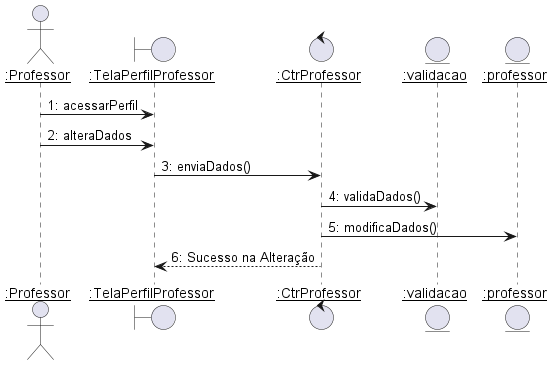
This is diagramas/sequencia/alterar_professor.png from Pedro-V/projetorium, a PlantUML export, as it was before one commit. The source it was exported from:
```plantuml
@startuml alterar_professor
skinparam sequenceParticipant underline

actor ":Professor" as Professor
boundary ":TelaPerfilProfessor" as TelaPerfilProfessor
control ":CtrProfessor" as CtrProfessor
entity ":validacao" as validacao
entity ":professor" as professor



Professor -> TelaPerfilProfessor : 1: acessarPerfil
Professor -> TelaPerfilProfessor : 2: alteraDados
TelaPerfilProfessor -> CtrProfessor : 3: enviaDados()
CtrProfessor -> validacao: 4: validaDados()
CtrProfessor -> professor : 5: modificaDados()
CtrProfessor --> TelaPerfilProfessor --: 6: Sucesso na Alteração


@enduml
```
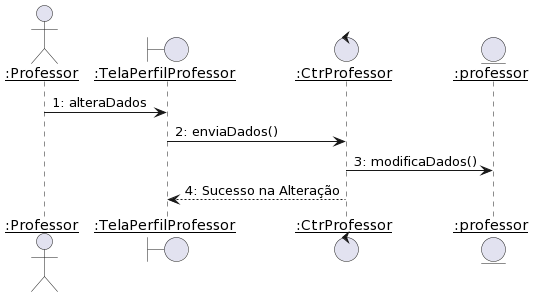
Later version of the same file.

What changed in the source:
```diff
@@ -1,20 +1,14 @@
-@startuml alterar_professor
+@startuml
 skinparam sequenceParticipant underline
 
 actor ":Professor" as Professor
 boundary ":TelaPerfilProfessor" as TelaPerfilProfessor
 control ":CtrProfessor" as CtrProfessor
-entity ":validacao" as validacao
 entity ":professor" as professor
 
 
-
-Professor -> TelaPerfilProfessor : 1: acessarPerfil
-Professor -> TelaPerfilProfessor : 2: alteraDados
-TelaPerfilProfessor -> CtrProfessor : 3: enviaDados()
-CtrProfessor -> validacao: 4: validaDados()
-CtrProfessor -> professor : 5: modificaDados()
-CtrProfessor --> TelaPerfilProfessor --: 6: Sucesso na Alteração
-
-
+Professor -> TelaPerfilProfessor : 1: alteraDados
+TelaPerfilProfessor -> CtrProfessor : 2: enviaDados()
+CtrProfessor -> professor : 3: modificaDados()
+CtrProfessor --> TelaPerfilProfessor --: 4: Sucesso na Alteração
 @enduml
```
